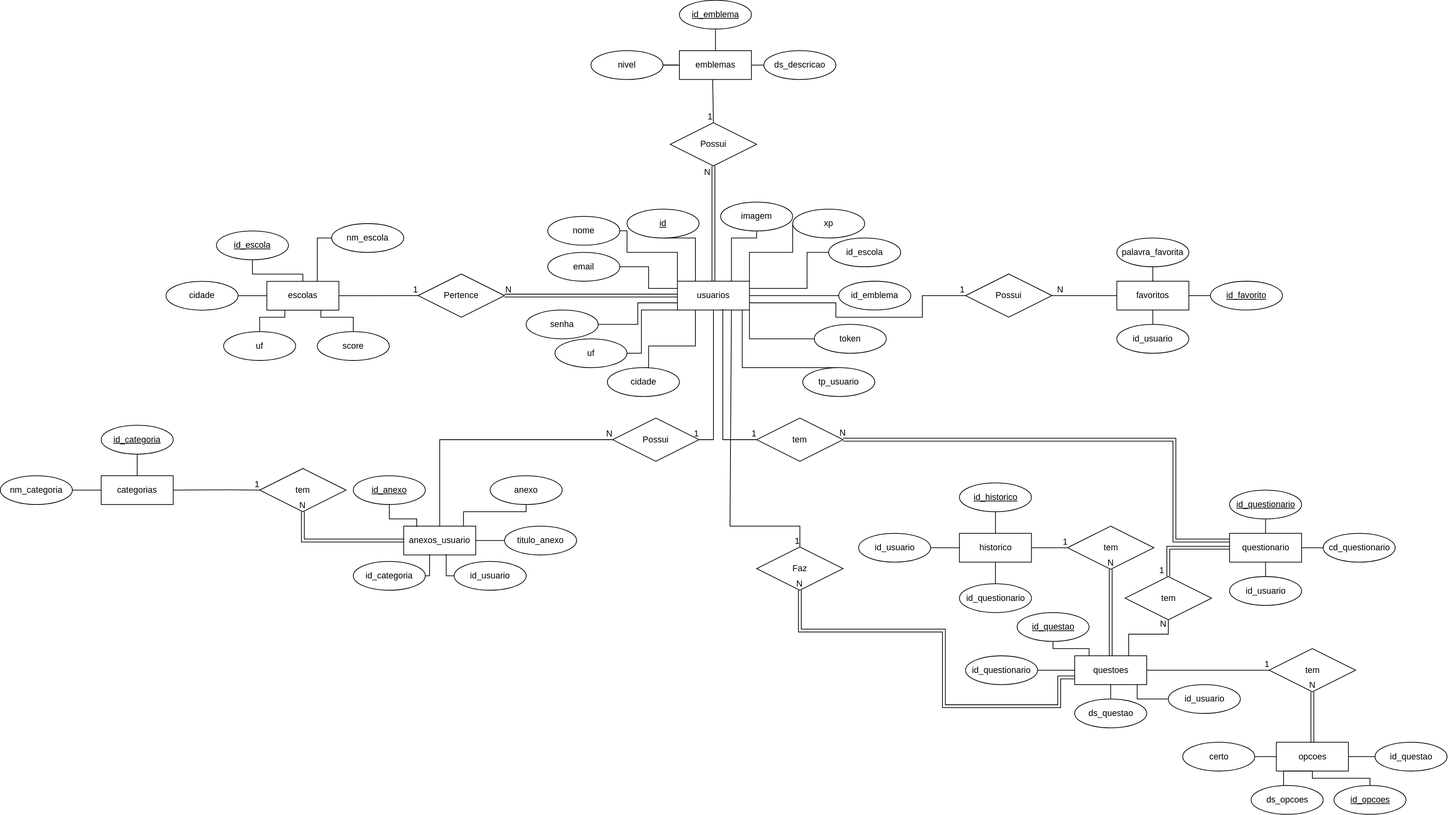
Before: MER-Elysium.svg, a diagram exported from draw.io (eduardodsn/Elysium). Source tidied: cells renumbered, new cells last; positions are measured from the earlier drawing's top-left corner, leaving out a move shared by most shapes.
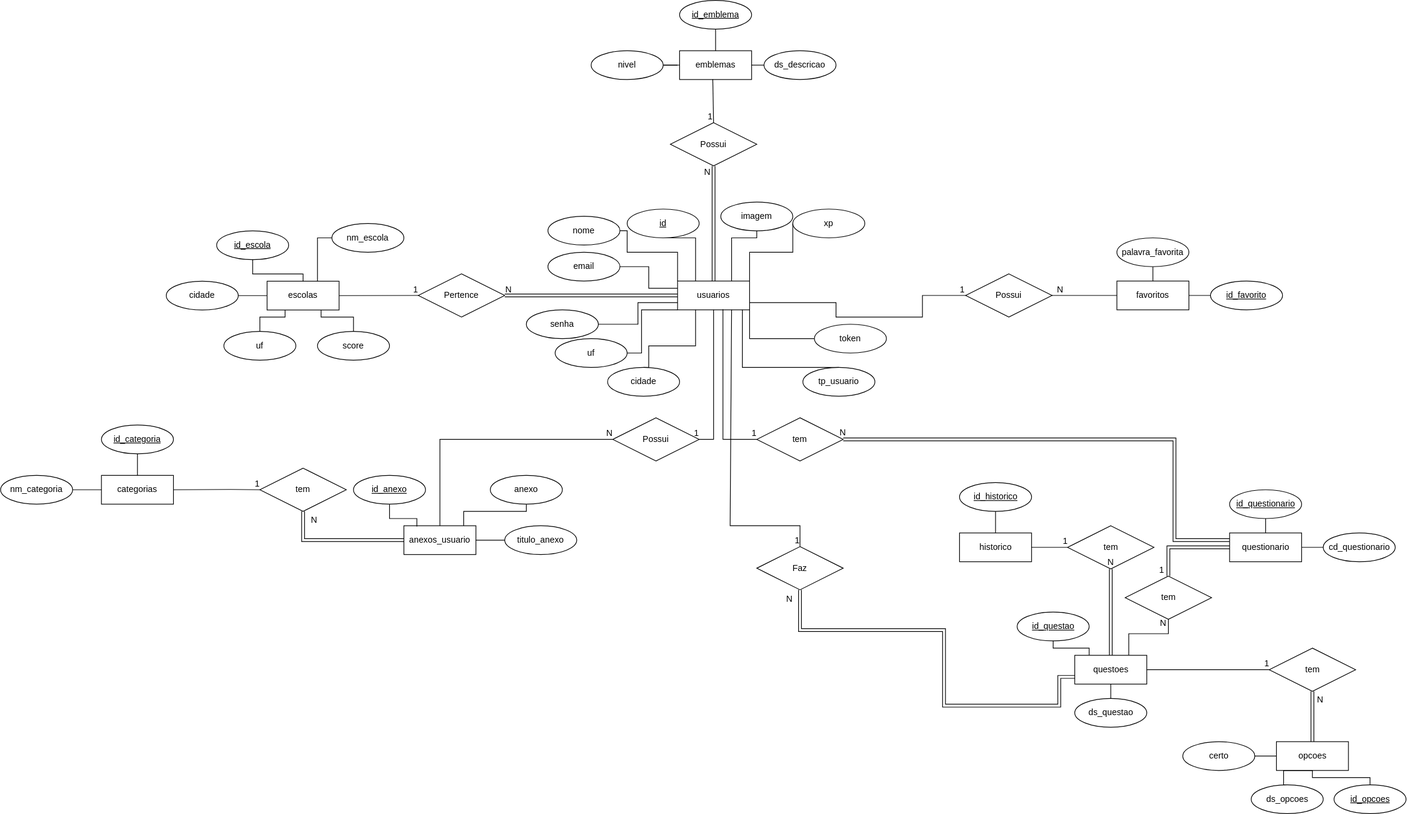
After the commit.

Commit message:
altera MER e MR

Change to the diagram source:
```diff
@@ -86,23 +86,6 @@
     <mxCell id="18" value="xp" style="ellipse;whiteSpace=wrap;html=1;align=center;" parent="1" vertex="1">
       <mxGeometry x="1100" y="290" width="100" height="40" as="geometry" />
     </mxCell>
-    <mxCell id="19" style="edgeStyle=orthogonalEdgeStyle;rounded=0;jettySize=auto;html=1;exitX=0;exitY=0.5;exitDx=0;exitDy=0;entryX=1;entryY=0.25;entryDx=0;entryDy=0;endArrow=none;endFill=0;" parent="1" edge="1" source="20" target="2">
-      <mxGeometry relative="1" as="geometry">
-        <Array as="points">
-          <mxPoint x="1120" y="350" />
-          <mxPoint x="1120" y="400" />
-        </Array>
-      </mxGeometry>
-    </mxCell>
-    <mxCell id="20" value="id_escola" style="ellipse;whiteSpace=wrap;html=1;align=center;" parent="1" vertex="1">
-      <mxGeometry x="1150" y="330" width="100" height="40" as="geometry" />
-    </mxCell>
-    <mxCell id="21" style="edgeStyle=orthogonalEdgeStyle;rounded=0;jettySize=auto;html=1;exitX=0;exitY=0.5;exitDx=0;exitDy=0;entryX=1;entryY=0.5;entryDx=0;entryDy=0;endArrow=none;endFill=0;" parent="1" edge="1" source="22" target="2">
-      <mxGeometry relative="1" as="geometry" />
-    </mxCell>
-    <mxCell id="22" value="id_emblema" style="ellipse;whiteSpace=wrap;html=1;align=center;" parent="1" vertex="1">
-      <mxGeometry x="1164" y="390" width="100" height="40" as="geometry" />
-    </mxCell>
     <mxCell id="23" style="edgeStyle=orthogonalEdgeStyle;rounded=0;jettySize=auto;html=1;exitX=0;exitY=0.5;exitDx=0;exitDy=0;entryX=1;entryY=1;entryDx=0;entryDy=0;endArrow=none;endFill=0;" parent="1" edge="1" source="24" target="2">
       <mxGeometry relative="1" as="geometry" />
     </mxCell>
@@ -200,11 +183,6 @@
     <mxCell id="51" value="palavra_favorita" style="ellipse;whiteSpace=wrap;html=1;align=center;" parent="1" vertex="1">
       <mxGeometry x="1550" y="330" width="100" height="40" as="geometry" />
     </mxCell>
-    <mxCell id="52" style="edgeStyle=orthogonalEdgeStyle;rounded=0;jettySize=auto;html=1;exitX=0.5;exitY=0;exitDx=0;exitDy=0;entryX=0.5;entryY=1;entryDx=0;entryDy=0;endArrow=none;endFill=0;" parent="1" edge="1" target="47">
-      <mxGeometry relative="1" as="geometry">
-        <mxPoint x="1600" y="450" as="sourcePoint" />
-      </mxGeometry>
-    </mxCell>
     <mxCell id="53" value="historico" style="whiteSpace=wrap;html=1;align=center;" parent="1" vertex="1">
       <mxGeometry x="1331.5" y="740" width="100" height="40" as="geometry" />
     </mxCell>
@@ -214,21 +192,6 @@
     <mxCell id="55" value="id_historico" style="ellipse;whiteSpace=wrap;html=1;align=center;fontStyle=4;" parent="1" vertex="1">
       <mxGeometry x="1331.5" y="670" width="100" height="40" as="geometry" />
     </mxCell>
-    <mxCell id="56" value="id_usuario" style="ellipse;whiteSpace=wrap;html=1;align=center;" parent="1" vertex="1">
-      <mxGeometry x="1550" y="450" width="100" height="40" as="geometry" />
-    </mxCell>
-    <mxCell id="57" style="edgeStyle=orthogonalEdgeStyle;rounded=0;jettySize=auto;html=1;exitX=0.5;exitY=0;exitDx=0;exitDy=0;endArrow=none;endFill=0;" parent="1" edge="1" source="58" target="53">
-      <mxGeometry relative="1" as="geometry" />
-    </mxCell>
-    <mxCell id="58" value="id_questionario" style="ellipse;whiteSpace=wrap;html=1;align=center;" parent="1" vertex="1">
-      <mxGeometry x="1331.5" y="810" width="100" height="40" as="geometry" />
-    </mxCell>
-    <mxCell id="59" style="edgeStyle=orthogonalEdgeStyle;rounded=0;jettySize=auto;html=1;exitX=1;exitY=0.5;exitDx=0;exitDy=0;entryX=0;entryY=0.5;entryDx=0;entryDy=0;endArrow=none;endFill=0;" parent="1" edge="1" source="60" target="53">
-      <mxGeometry relative="1" as="geometry" />
-    </mxCell>
-    <mxCell id="60" value="id_usuario" style="ellipse;whiteSpace=wrap;html=1;align=center;" parent="1" vertex="1">
-      <mxGeometry x="1191.5" y="740" width="100" height="40" as="geometry" />
-    </mxCell>
     <mxCell id="61" value="questionario" style="whiteSpace=wrap;html=1;align=center;" parent="1" vertex="1">
       <mxGeometry x="1706.5" y="740" width="100" height="40" as="geometry" />
     </mxCell>
@@ -244,12 +207,6 @@
     <mxCell id="65" value="cd_questionario" style="ellipse;whiteSpace=wrap;html=1;align=center;" parent="1" vertex="1">
       <mxGeometry x="1836.5" y="740" width="100" height="40" as="geometry" />
     </mxCell>
-    <mxCell id="66" style="edgeStyle=orthogonalEdgeStyle;rounded=0;jettySize=auto;html=1;exitX=0.5;exitY=0;exitDx=0;exitDy=0;entryX=0.5;entryY=1;entryDx=0;entryDy=0;endArrow=none;endFill=0;" parent="1" edge="1" source="67" target="61">
-      <mxGeometry relative="1" as="geometry" />
-    </mxCell>
-    <mxCell id="67" value="id_usuario" style="ellipse;whiteSpace=wrap;html=1;align=center;" parent="1" vertex="1">
-      <mxGeometry x="1706.5" y="800" width="100" height="40" as="geometry" />
-    </mxCell>
     <mxCell id="68" value="questoes" style="whiteSpace=wrap;html=1;align=center;" parent="1" vertex="1">
       <mxGeometry x="1491.5" y="910" width="100" height="40" as="geometry" />
     </mxCell>
@@ -266,24 +223,12 @@
     <mxCell id="70" value="id_questao" style="ellipse;whiteSpace=wrap;html=1;align=center;fontStyle=4;" parent="1" vertex="1">
       <mxGeometry x="1411.5" y="850" width="100" height="40" as="geometry" />
     </mxCell>
-    <mxCell id="71" style="edgeStyle=orthogonalEdgeStyle;rounded=0;jettySize=auto;html=1;exitX=0;exitY=0.5;exitDx=0;exitDy=0;endArrow=none;endFill=0;entryX=0.868;entryY=0.995;entryDx=0;entryDy=0;entryPerimeter=0;" parent="1" edge="1" source="72" target="68">
-      <mxGeometry relative="1" as="geometry" />
-    </mxCell>
-    <mxCell id="72" value="id_usuario" style="ellipse;whiteSpace=wrap;html=1;align=center;" parent="1" vertex="1">
-      <mxGeometry x="1621.5" y="950" width="100" height="40" as="geometry" />
-    </mxCell>
     <mxCell id="73" style="edgeStyle=orthogonalEdgeStyle;rounded=0;jettySize=auto;html=1;exitX=0.5;exitY=0;exitDx=0;exitDy=0;entryX=0.5;entryY=1;entryDx=0;entryDy=0;endArrow=none;endFill=0;" parent="1" edge="1" source="74" target="68">
       <mxGeometry relative="1" as="geometry" />
     </mxCell>
     <mxCell id="74" value="ds_questao" style="ellipse;whiteSpace=wrap;html=1;align=center;" parent="1" vertex="1">
       <mxGeometry x="1491.5" y="970" width="100" height="40" as="geometry" />
     </mxCell>
-    <mxCell id="75" style="edgeStyle=orthogonalEdgeStyle;rounded=0;jettySize=auto;html=1;exitX=1;exitY=0.5;exitDx=0;exitDy=0;entryX=0;entryY=0.5;entryDx=0;entryDy=0;endArrow=none;endFill=0;" parent="1" edge="1" source="76" target="68">
-      <mxGeometry relative="1" as="geometry" />
-    </mxCell>
-    <mxCell id="76" value="id_questionario" style="ellipse;whiteSpace=wrap;html=1;align=center;" parent="1" vertex="1">
-      <mxGeometry x="1340" y="910" width="100" height="40" as="geometry" />
-    </mxCell>
     <mxCell id="77" value="opcoes" style="whiteSpace=wrap;html=1;align=center;" parent="1" vertex="1">
       <mxGeometry x="1771.5" y="1030" width="100" height="40" as="geometry" />
     </mxCell>
@@ -298,12 +243,6 @@
     <mxCell id="79" value="id_opcoes" style="ellipse;whiteSpace=wrap;html=1;align=center;fontStyle=4;" parent="1" vertex="1">
       <mxGeometry x="1851.5" y="1090" width="100" height="40" as="geometry" />
     </mxCell>
-    <mxCell id="80" style="edgeStyle=orthogonalEdgeStyle;rounded=0;jettySize=auto;html=1;exitX=0;exitY=0.5;exitDx=0;exitDy=0;entryX=1;entryY=0.5;entryDx=0;entryDy=0;endArrow=none;endFill=0;" parent="1" edge="1" source="81" target="77">
-      <mxGeometry relative="1" as="geometry" />
-    </mxCell>
-    <mxCell id="81" value="id_questao" style="ellipse;whiteSpace=wrap;html=1;align=center;" parent="1" vertex="1">
-      <mxGeometry x="1908.5" y="1030" width="100" height="40" as="geometry" />
-    </mxCell>
     <mxCell id="82" style="edgeStyle=orthogonalEdgeStyle;rounded=0;jettySize=auto;html=1;exitX=0.5;exitY=0;exitDx=0;exitDy=0;entryX=0.5;entryY=1;entryDx=0;entryDy=0;endArrow=none;endFill=0;" parent="1" edge="1" source="83" target="77">
       <mxGeometry relative="1" as="geometry">
         <Array as="points">
@@ -455,18 +394,6 @@
     <mxCell id="116" value="anexo" style="ellipse;whiteSpace=wrap;html=1;align=center;" parent="1" vertex="1">
       <mxGeometry x="680" y="660" width="100" height="40" as="geometry" />
     </mxCell>
-    <mxCell id="117" style="edgeStyle=orthogonalEdgeStyle;rounded=0;jettySize=auto;html=1;exitX=1;exitY=0.5;exitDx=0;exitDy=0;entryX=0.36;entryY=0.975;entryDx=0;entryDy=0;entryPerimeter=0;endArrow=none;endFill=0;" parent="1" edge="1" source="118" target="110">
-      <mxGeometry relative="1" as="geometry" />
-    </mxCell>
-    <mxCell id="118" value="id_categoria" style="ellipse;whiteSpace=wrap;html=1;align=center;" parent="1" vertex="1">
-      <mxGeometry x="490" y="779" width="100" height="40" as="geometry" />
-    </mxCell>
-    <mxCell id="119" style="edgeStyle=orthogonalEdgeStyle;rounded=0;jettySize=auto;html=1;exitX=0;exitY=0.5;exitDx=0;exitDy=0;entryX=0.59;entryY=0.975;entryDx=0;entryDy=0;entryPerimeter=0;endArrow=none;endFill=0;" parent="1" edge="1" source="120" target="110">
-      <mxGeometry relative="1" as="geometry" />
-    </mxCell>
-    <mxCell id="120" value="id_usuario" style="ellipse;whiteSpace=wrap;html=1;align=center;" parent="1" vertex="1">
-      <mxGeometry x="630" y="779" width="100" height="40" as="geometry" />
-    </mxCell>
     <mxCell id="121" value="tem" style="shape=rhombus;perimeter=rhombusPerimeter;whiteSpace=wrap;html=1;align=center;" parent="1" vertex="1">
       <mxGeometry x="360" y="650" width="120" height="60" as="geometry" />
     </mxCell>
@@ -479,7 +406,7 @@
     </mxCell>
     <mxCell id="123" value="N" style="html=1;align=right;verticalAlign=bottom;" parent="122" vertex="1">
       <mxGeometry x="1" relative="1" as="geometry">
-        <mxPoint x="4" y="-1" as="offset" />
+        <mxPoint x="20" y="20" as="offset" />
       </mxGeometry>
     </mxCell>
     <mxCell id="124" style="endArrow=none;html=1;rounded=0;exitX=1;exitY=0.5;exitDx=0;exitDy=0;" parent="1" edge="1" source="105">
@@ -515,7 +442,7 @@
     </mxCell>
     <mxCell id="131" value="N" style="html=1;align=right;verticalAlign=bottom;" parent="130" vertex="1">
       <mxGeometry x="1" relative="1" as="geometry">
-        <mxPoint x="4" y="-1" as="offset" />
+        <mxPoint x="15" y="20" as="offset" />
       </mxGeometry>
     </mxCell>
     <mxCell id="132" value="tem" style="shape=rhombus;perimeter=rhombusPerimeter;whiteSpace=wrap;html=1;align=center;" parent="1" vertex="1">
@@ -615,7 +542,7 @@
     </mxCell>
     <mxCell id="149" value="N" style="html=1;align=right;verticalAlign=bottom;" parent="148" vertex="1">
       <mxGeometry x="1" relative="1" as="geometry">
-        <mxPoint x="4" y="-1" as="offset" />
+        <mxPoint x="-10" y="21" as="offset" />
       </mxGeometry>
     </mxCell>
     <mxCell id="150" style="endArrow=none;html=1;rounded=0;entryX=0.5;entryY=0;entryDx=0;entryDy=0;exitX=0.75;exitY=1;exitDx=0;exitDy=0;" parent="1" edge="1" source="2" target="147">
```
